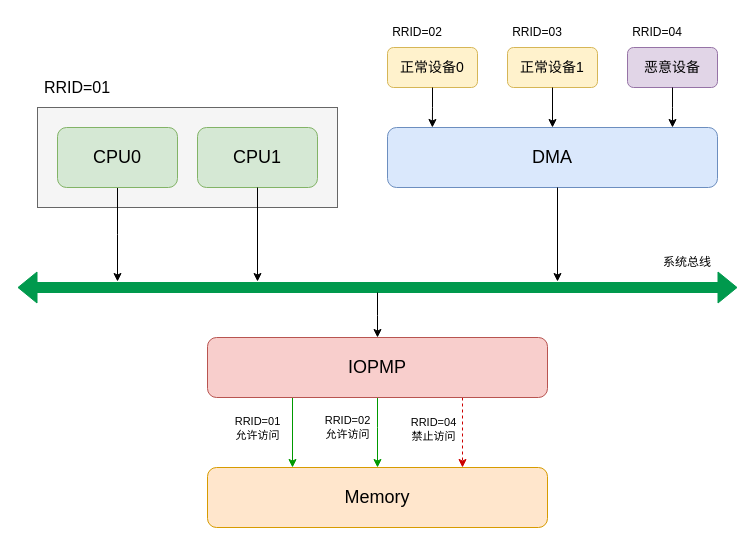
This is rrid.drawio from Invariant64/draw.io, a draw.io file, before an edit. Source tidied: cells renumbered, new cells numbered last; positions are measured from the earlier drawing's top-left corner, leaving out a move shared by most shapes. Both pictures are drawn from the tidied source at 100%, with x=0, y=0 at pixel (17, 17).
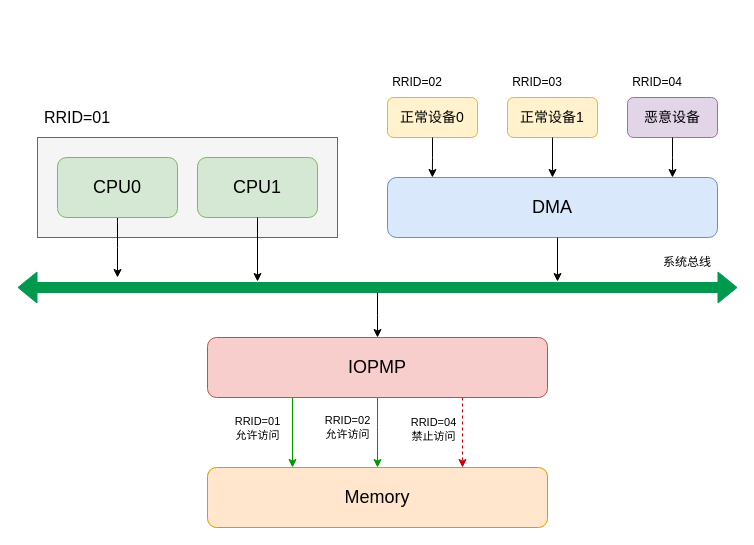
After the change.

The change refers to these unchanged cells:
```xml
<mxCell id="7" value="&lt;font style=&quot;font-size: 18px;&quot;&gt;CPU0&lt;/font&gt;" style="rounded=1;whiteSpace=wrap;html=1;fillColor=#d5e8d4;strokeColor=#82b366;" parent="2" vertex="1">
  <mxGeometry x="20" y="60" width="120" height="60" as="geometry" />
</mxCell>
<mxCell id="17" value="&lt;font style=&quot;font-size: 14px;&quot;&gt;恶意设备&lt;/font&gt;" style="rounded=1;whiteSpace=wrap;html=1;fillColor=#e1d5e7;strokeColor=#9673a6;" parent="15" vertex="1">
  <mxGeometry y="30" width="90" height="40" as="geometry" />
</mxCell>
```

The edit, as a diff of the source:
```diff
@@
     <mxCell id="2" style="group;" parent="1" vertex="1">
-      <mxGeometry x="20" y="50" width="300" height="140" as="geometry" />
+      <mxGeometry x="20" y="80" width="300" height="140" as="geometry" />
     </mxCell>
@@
     <mxCell id="6" style="edgeStyle=orthogonalEdgeStyle;rounded=0;jettySize=auto;html=1;exitX=0.5;exitY=1;exitDx=0;exitDy=0;" parent="2" edge="1" source="7">
       <mxGeometry relative="1" as="geometry">
-        <mxPoint x="80" y="214" as="targetPoint" />
+        <mxPoint x="80" y="180" as="targetPoint" />
       </mxGeometry>
     </mxCell>
@@
     <mxCell id="9" style="group;" parent="1" vertex="1">
-      <mxGeometry x="370" width="90" height="70" as="geometry" />
+      <mxGeometry x="370" y="50" width="90" height="70" as="geometry" />
     </mxCell>
@@
     <mxCell id="12" style="group;" parent="1" vertex="1">
-      <mxGeometry x="490" width="90" height="70" as="geometry" />
+      <mxGeometry x="490" y="50" width="90" height="70" as="geometry" />
     </mxCell>
@@
     <mxCell id="15" style="group;" parent="1" vertex="1">
-      <mxGeometry x="610" width="90" height="70" as="geometry" />
+      <mxGeometry x="610" y="50" width="90" height="70" as="geometry" />
     </mxCell>
@@
     <mxCell id="18" value="&lt;font style=&quot;font-size: 18px;&quot;&gt;DMA&lt;/font&gt;" style="rounded=1;whiteSpace=wrap;html=1;fillColor=#dae8fc;strokeColor=#6c8ebf;" parent="1" vertex="1">
-      <mxGeometry x="370" y="110" width="330" height="60" as="geometry" />
+      <mxGeometry x="370" y="160" width="330" height="60" as="geometry" />
     </mxCell>
@@
     <mxCell id="21" style="edgeStyle=orthogonalEdgeStyle;rounded=0;jettySize=auto;html=1;" parent="1" edge="1" source="17">
       <mxGeometry relative="1" as="geometry">
-        <mxPoint x="655" y="110" as="targetPoint" />
+        <mxPoint x="655" y="160" as="targetPoint" />
       </mxGeometry>
     </mxCell>
-    <mxCell id="22" style="edgeStyle=orthogonalEdgeStyle;rounded=0;orthogonalLoop=1;jettySize=auto;html=1;exitX=0.5;exitY=1;exitDx=0;exitDy=0;" parent="1" edge="1">
+    <mxCell id="22" style="edgeStyle=orthogonalEdgeStyle;rounded=0;orthogonalLoop=1;jettySize=auto;html=1;" parent="1" edge="1">
       <mxGeometry relative="1" as="geometry">
-        <mxPoint x="240" y="170" as="sourcePoint" />
+        <mxPoint x="240" y="200" as="sourcePoint" />
         <mxPoint x="240" y="264" as="targetPoint" />
       </mxGeometry>
     </mxCell>
-    <mxCell id="23" style="edgeStyle=orthogonalEdgeStyle;rounded=0;orthogonalLoop=1;jettySize=auto;html=1;exitX=0.5;exitY=1;exitDx=0;exitDy=0;" parent="1" edge="1">
+    <mxCell id="23" style="edgeStyle=orthogonalEdgeStyle;rounded=0;orthogonalLoop=1;jettySize=auto;html=1;" parent="1" edge="1">
       <mxGeometry relative="1" as="geometry">
-        <mxPoint x="540" y="170" as="sourcePoint" />
+        <mxPoint x="540" y="220" as="sourcePoint" />
         <mxPoint x="540" y="264" as="targetPoint" />
       </mxGeometry>
     </mxCell>
```
